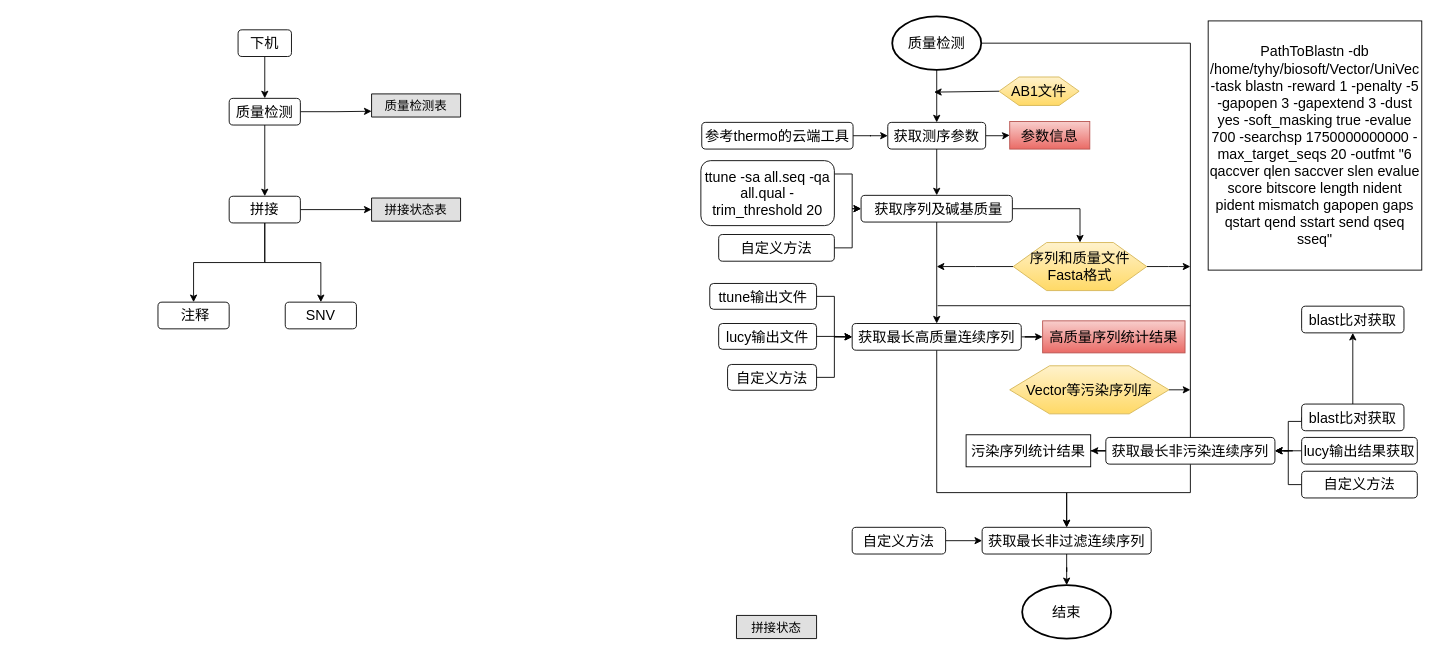
The draw.io diagram doc/FlowChat.drawio in lry198010/SangerSequenceAnalysis, before the edit. Source tidied: cells renumbered, new cells numbered last; positions are measured from the earlier drawing's top-left corner, leaving out a move shared by most shapes. Both pictures are drawn from the tidied source at 89%, with x=0, y=0 at pixel (158, 16).
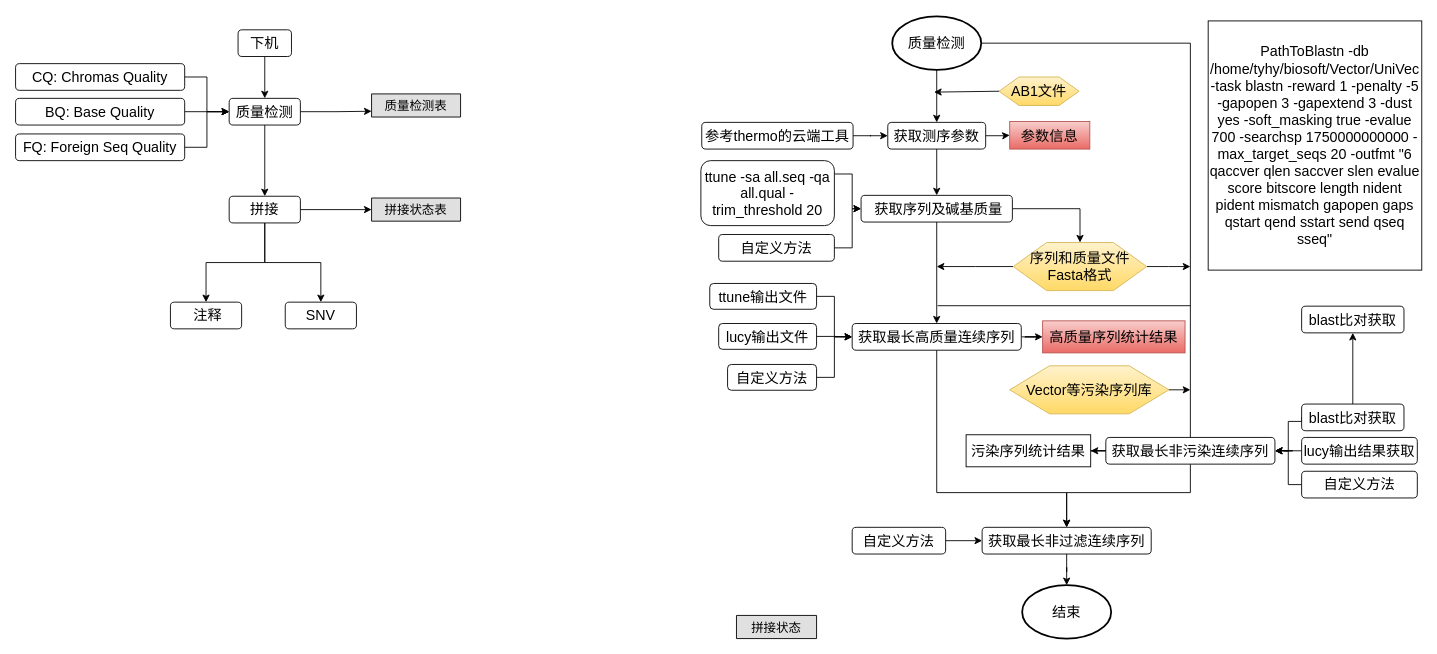
The same page after the edit.

Commit message:
Add Quality Check list. FlowChat.drawio

Unchanged cells that the change refers to:
```xml
<mxCell id="6" value="质量检测" style="rounded=1;whiteSpace=wrap;html=1;fontSize=16;" parent="1" vertex="1">
  <mxGeometry x="80" y="92" width="80" height="30" as="geometry" />
</mxCell>
```

The edit, as a diff of the source:
```diff
@@
+    <mxCell id="68" style="edgeStyle=orthogonalEdgeStyle;rounded=0;jettySize=auto;html=1;exitX=1;exitY=0.5;exitDx=0;exitDy=0;entryX=0;entryY=0.5;entryDx=0;entryDy=0;" parent="1" edge="1" source="71" target="6">
+      <mxGeometry relative="1" as="geometry" />
+    </mxCell>
+    <mxCell id="69" style="edgeStyle=orthogonalEdgeStyle;rounded=0;jettySize=auto;html=1;exitX=1;exitY=0.5;exitDx=0;exitDy=0;entryX=0;entryY=0.5;entryDx=0;entryDy=0;" parent="1" edge="1" source="72" target="6">
+      <mxGeometry relative="1" as="geometry" />
+    </mxCell>
+    <mxCell id="70" style="edgeStyle=orthogonalEdgeStyle;rounded=0;jettySize=auto;html=1;exitX=1;exitY=0.5;exitDx=0;exitDy=0;entryX=0;entryY=0.5;entryDx=0;entryDy=0;" parent="1" edge="1" source="73" target="6">
+      <mxGeometry relative="1" as="geometry" />
+    </mxCell>
@@
+    <mxCell id="71" value="CQ: Chromas Quality" style="rounded=1;whiteSpace=wrap;html=1;fontSize=16;" parent="1" vertex="1">
+      <mxGeometry x="-160" y="53" width="190" height="30" as="geometry" />
+    </mxCell>
@@
     <mxCell id="11" value="&amp;nbsp;注释" style="rounded=1;whiteSpace=wrap;html=1;fontSize=16;" parent="1" vertex="1">
-      <mxGeometry y="321" width="80" height="30" as="geometry" />
+      <mxGeometry x="14" y="321" width="80" height="30" as="geometry" />
     </mxCell>
@@
+    <mxCell id="72" value="BQ: Base Quality" style="rounded=1;whiteSpace=wrap;html=1;fontSize=16;" parent="1" vertex="1">
+      <mxGeometry x="-160" y="92" width="190" height="30" as="geometry" />
+    </mxCell>
+    <mxCell id="73" value="FQ: Foreign Seq Quality" style="rounded=1;whiteSpace=wrap;html=1;fontSize=16;" parent="1" vertex="1">
+      <mxGeometry x="-160" y="132" width="190" height="30" as="geometry" />
+    </mxCell>
```
